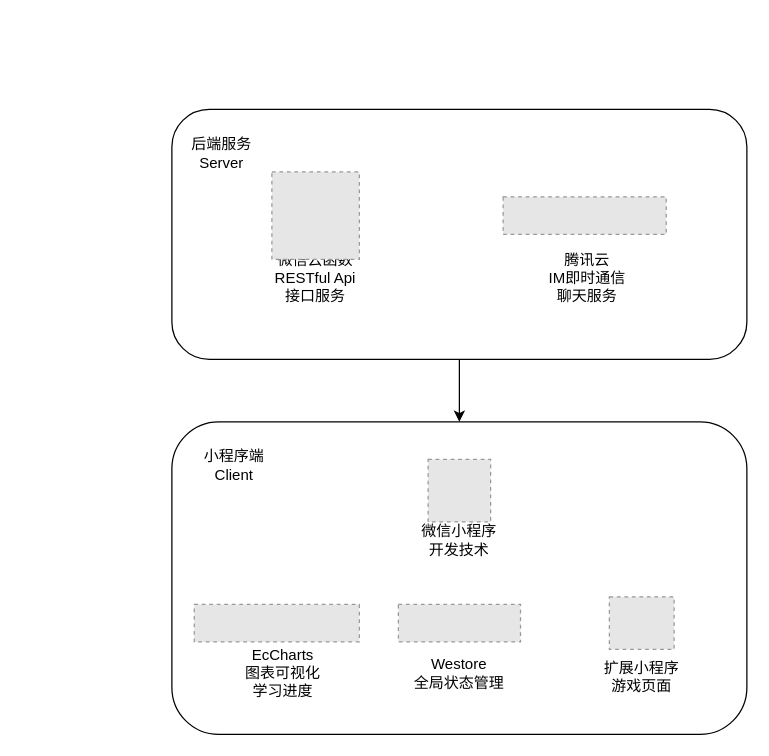
Above: zongti.drawio in Ekko306/diagrams.net (draw.io), before the change. Source tidied: cells renumbered, new cells numbered last; positions are measured from the earlier drawing's top-left corner, leaving out a move shared by most shapes. Both pictures are drawn from the tidied source at 125%, with x=0, y=0 at pixel (171, 109). Pictures stored in the file or linked from it are replaced by grey dashed boxes.
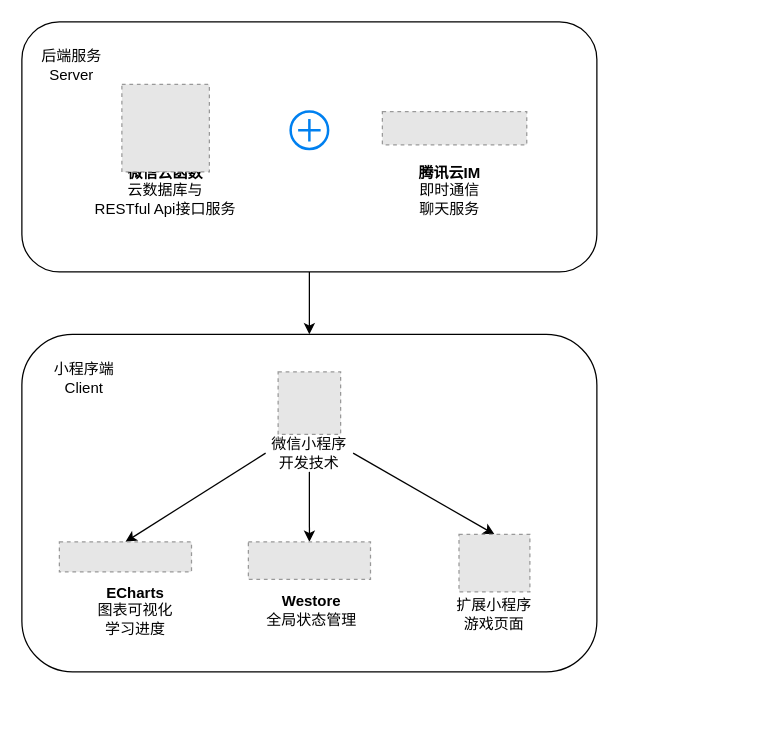
Above is the later version.

Change to the diagram source:
```diff
@@
+    <mxCell id="9" style="rounded=1;whiteSpace=wrap;html=1;" parent="1" vertex="1">
+      <mxGeometry x="-120" y="180" width="460" height="270" as="geometry" />
+    </mxCell>
@@
     <mxCell id="3" style="rounded=1;whiteSpace=wrap;html=1;" parent="1" vertex="1">
-      <mxGeometry width="460" height="200" as="geometry" />
+      <mxGeometry x="-120" y="-70" width="460" height="200" as="geometry" />
     </mxCell>
     <mxCell id="4" value="后端服务&lt;br&gt;Server" style="text;html=1;strokeColor=none;fillColor=none;align=center;verticalAlign=middle;whiteSpace=wrap;rounded=0;dashed=1;dashPattern=1 1;" parent="1" vertex="1">
-      <mxGeometry x="10" y="20" width="60" height="30" as="geometry" />
+      <mxGeometry x="-110" y="-50" width="60" height="30" as="geometry" />
     </mxCell>
-    <mxCell id="5" value="微信云函数&lt;br&gt;RESTful Api接口服务" style="text;html=1;strokeColor=none;fillColor=none;align=center;verticalAlign=middle;whiteSpace=wrap;rounded=0;dashed=1;dashPattern=1 1;" parent="1" vertex="1">
-      <mxGeometry x="80" y="120" width="70" height="30" as="geometry" />
+    <mxCell id="5" value="&lt;b&gt;微信云函数&lt;/b&gt;&lt;br&gt;云数据库与&lt;br&gt;RESTful Api接口服务" style="text;html=1;strokeColor=none;fillColor=none;align=center;verticalAlign=middle;whiteSpace=wrap;rounded=0;dashed=1;dashPattern=1 1;" parent="1" vertex="1">
+      <mxGeometry x="-70" y="50" width="130" height="30" as="geometry" />
     </mxCell>
     <mxCell id="6" style="fillColor=#E6E6E6;strokeColor=#999999;dashed=1;verticalLabelPosition=bottom;labelBackgroundColor=default;verticalAlign=top;" parent="1" vertex="1">
-      <mxGeometry x="265" y="70" width="130.5" height="30" as="geometry" />
+      <mxGeometry x="168.4" y="1.7" width="115.5" height="26.6" as="geometry" />
     </mxCell>
-    <mxCell id="7" value="腾讯云&lt;br&gt;IM即时通信&lt;br&gt;聊天服务" style="text;html=1;strokeColor=none;fillColor=none;align=center;verticalAlign=middle;whiteSpace=wrap;rounded=0;" parent="1" vertex="1">
-      <mxGeometry x="294" y="120" width="77" height="30" as="geometry" />
+    <mxCell id="7" value="&lt;b&gt;腾讯云IM&lt;/b&gt;&lt;br&gt;即时通信&lt;br&gt;聊天服务" style="text;html=1;strokeColor=none;fillColor=none;align=center;verticalAlign=middle;whiteSpace=wrap;rounded=0;" parent="1" vertex="1">
+      <mxGeometry x="183.6" y="50" width="77" height="30" as="geometry" />
     </mxCell>
     <mxCell id="8" style="fillColor=#E6E6E6;strokeColor=#999999;dashed=1;verticalLabelPosition=bottom;labelBackgroundColor=default;verticalAlign=top;" parent="1" vertex="1">
-      <mxGeometry x="80" y="50" width="70" height="70" as="geometry" />
+      <mxGeometry x="-40" y="-20" width="70" height="70" as="geometry" />
     </mxCell>
-    <mxCell id="9" style="rounded=1;whiteSpace=wrap;html=1;" parent="1" vertex="1">
-      <mxGeometry y="250" width="460" height="250" as="geometry" />
-    </mxCell>
     <mxCell id="10" value="小程序端&lt;br&gt;Client" style="text;html=1;strokeColor=none;fillColor=none;align=center;verticalAlign=middle;whiteSpace=wrap;rounded=0;dashed=1;dashPattern=1 1;" parent="1" vertex="1">
-      <mxGeometry x="20" y="270" width="60" height="30" as="geometry" />
+      <mxGeometry x="-100" y="200" width="60" height="30" as="geometry" />
     </mxCell>
     <mxCell id="11" style="fillColor=#E6E6E6;strokeColor=#999999;dashed=1;verticalLabelPosition=bottom;labelBackgroundColor=default;verticalAlign=top;" parent="1" vertex="1">
-      <mxGeometry x="205" y="280" width="50" height="50" as="geometry" />
+      <mxGeometry x="85" y="210" width="50" height="50" as="geometry" />
     </mxCell>
+    <mxCell id="19" style="rounded=0;jettySize=auto;html=1;exitX=0;exitY=0.5;exitDx=0;exitDy=0;entryX=0.5;entryY=0;entryDx=0;entryDy=0;" parent="1" edge="1" source="12" target="14">
+      <mxGeometry relative="1" as="geometry" />
+    </mxCell>
+    <mxCell id="20" style="edgeStyle=none;rounded=0;jettySize=auto;html=1;exitX=0.5;exitY=1;exitDx=0;exitDy=0;" parent="1" edge="1" source="12" target="15">
+      <mxGeometry relative="1" as="geometry" />
+    </mxCell>
+    <mxCell id="21" style="edgeStyle=none;rounded=0;jettySize=auto;html=1;exitX=1;exitY=0.5;exitDx=0;exitDy=0;entryX=0.5;entryY=0;entryDx=0;entryDy=0;" parent="1" edge="1" source="12" target="17">
+      <mxGeometry relative="1" as="geometry" />
+    </mxCell>
     <mxCell id="12" value="微信小程序开发技术" style="text;html=1;strokeColor=none;fillColor=none;align=center;verticalAlign=middle;whiteSpace=wrap;rounded=0;dashed=1;dashPattern=1 1;" parent="1" vertex="1">
-      <mxGeometry x="195" y="330" width="70" height="30" as="geometry" />
+      <mxGeometry x="75" y="260" width="70" height="30" as="geometry" />
     </mxCell>
-    <mxCell id="13" value="EcCharts&lt;br&gt;图表可视化&lt;br&gt;学习进度" style="text;html=1;strokeColor=none;fillColor=none;align=center;verticalAlign=middle;whiteSpace=wrap;rounded=0;dashed=1;dashPattern=1 1;" parent="1" vertex="1">
-      <mxGeometry x="48.9" y="436" width="80" height="30" as="geometry" />
+    <mxCell id="13" value="&lt;b&gt;ECharts&lt;/b&gt;&lt;br&gt;图表可视化&lt;br&gt;学习进度" style="text;html=1;strokeColor=none;fillColor=none;align=center;verticalAlign=middle;whiteSpace=wrap;rounded=0;dashed=1;dashPattern=1 1;" parent="1" vertex="1">
+      <mxGeometry x="-68.9" y="386" width="80" height="30" as="geometry" />
     </mxCell>
     <mxCell id="14" style="fillColor=#E6E6E6;strokeColor=#999999;dashed=1;verticalLabelPosition=bottom;labelBackgroundColor=default;verticalAlign=top;" parent="1" vertex="1">
-      <mxGeometry x="17.9" y="396" width="132.1" height="30" as="geometry" />
+      <mxGeometry x="-90" y="346" width="105.7" height="24" as="geometry" />
     </mxCell>
     <mxCell id="15" style="fillColor=#E6E6E6;strokeColor=#999999;dashed=1;verticalLabelPosition=bottom;labelBackgroundColor=default;verticalAlign=top;" parent="1" vertex="1">
-      <mxGeometry x="181.2" y="396" width="97.7" height="30" as="geometry" />
+      <mxGeometry x="61.2" y="346" width="97.7" height="30" as="geometry" />
     </mxCell>
-    <mxCell id="16" value="Westore&lt;br&gt;全局状态管理" style="text;html=1;strokeColor=none;fillColor=none;align=center;verticalAlign=middle;whiteSpace=wrap;rounded=0;dashed=1;dashPattern=1 1;" parent="1" vertex="1">
-      <mxGeometry x="190" y="436" width="80" height="30" as="geometry" />
+    <mxCell id="16" value="&lt;b&gt;Westore&lt;/b&gt;&lt;br&gt;全局状态管理" style="text;html=1;strokeColor=none;fillColor=none;align=center;verticalAlign=middle;whiteSpace=wrap;rounded=0;dashed=1;dashPattern=1 1;" parent="1" vertex="1">
+      <mxGeometry x="72.1" y="386" width="80" height="30" as="geometry" />
     </mxCell>
     <mxCell id="17" style="fillColor=#E6E6E6;strokeColor=#999999;dashed=1;verticalLabelPosition=bottom;labelBackgroundColor=default;verticalAlign=top;" parent="1" vertex="1">
-      <mxGeometry x="350" y="390" width="51.8" height="42" as="geometry" />
+      <mxGeometry x="229.7" y="340" width="56.7" height="46" as="geometry" />
     </mxCell>
     <mxCell id="18" value="&lt;br&gt;扩展小程序&lt;br&gt;游戏页面" style="text;html=1;strokeColor=none;fillColor=none;align=center;verticalAlign=middle;whiteSpace=wrap;rounded=0;dashed=1;dashPattern=1 1;" parent="1" vertex="1">
-      <mxGeometry x="335.9" y="432" width="80" height="30" as="geometry" />
+      <mxGeometry x="218" y="382" width="80" height="30" as="geometry" />
     </mxCell>
+    <mxCell id="22" style="html=1;verticalLabelPosition=bottom;align=center;labelBackgroundColor=#ffffff;verticalAlign=top;strokeWidth=2;strokeColor=#0080F0;shadow=0;dashed=0;shape=mxgraph.ios7.icons.add;" parent="1" vertex="1">
+      <mxGeometry x="95" y="1.7" width="30" height="30" as="geometry" />
+    </mxCell>
```
